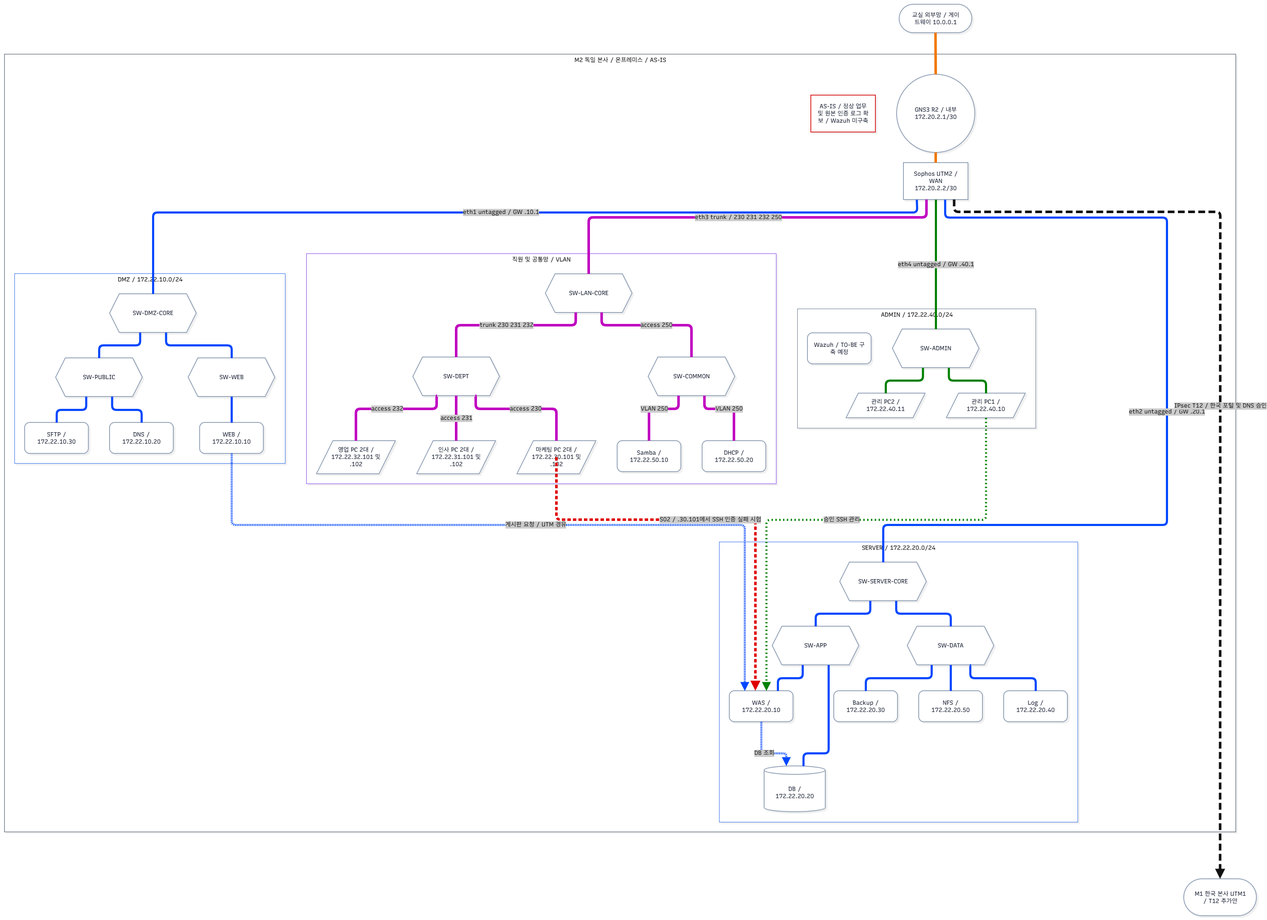
Earlier version of the draw.io export design/토폴로지/M2_독일 본사_AS-IS.drawio.png (infra-security-team/ott-security-project). Source tidied: cells renumbered, new cells last; positions are measured from the earlier drawing's top-left corner, leaving out a move shared by most shapes.
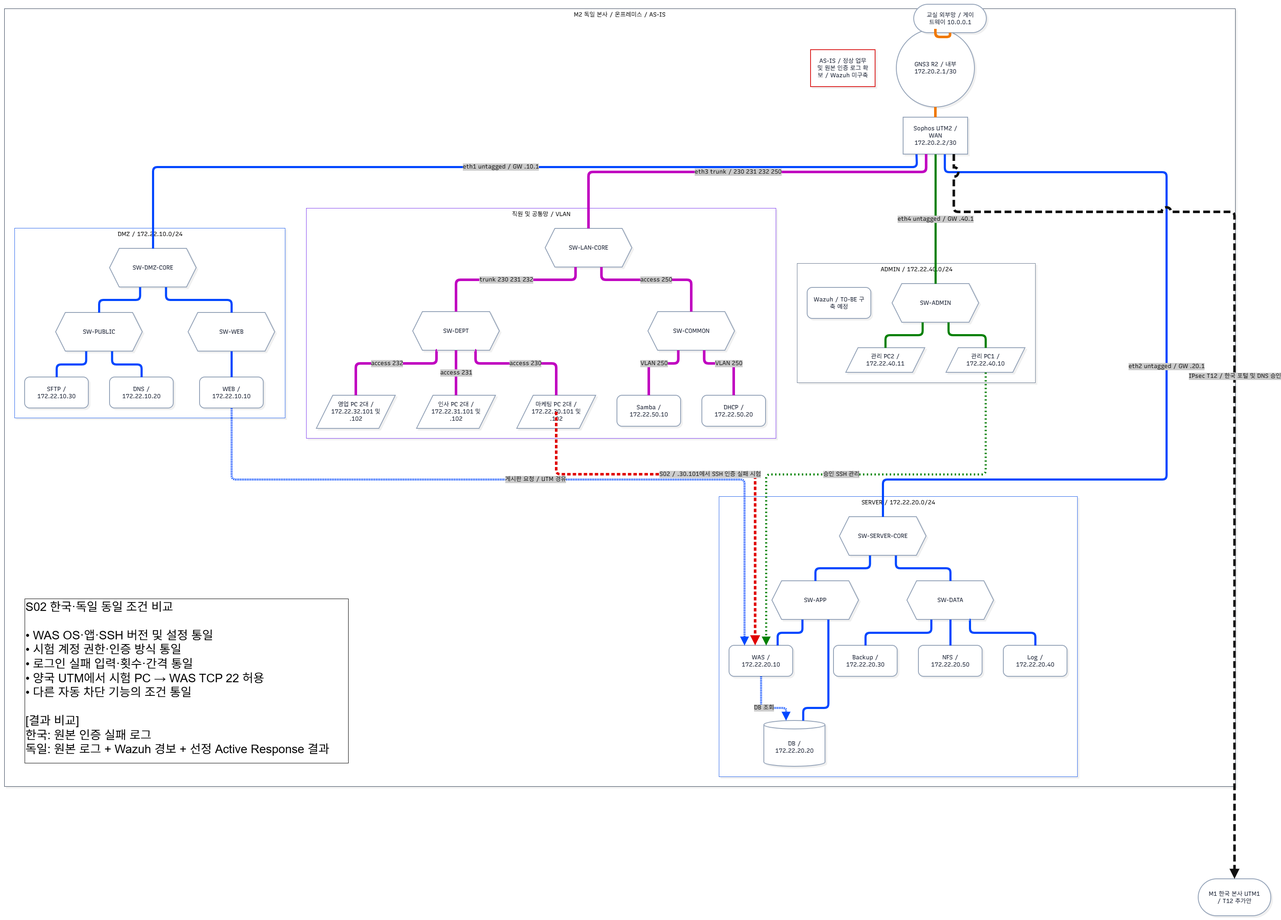
Later version of the same file.

What changed in the source:
```diff
@@ -6,7 +6,7 @@
       <mxGeometry as="geometry" />
     </mxCell>
     <mxCell id="3" value="M2 독일 본사 / 온프레미스 / AS-IS" style="html=1;whiteSpace=nowrap;strokeWidth=1;verticalAlign=top;fillColor=default;strokeColor=#334155;fontColor=#000000;fontFamily=Recursive;fontSize=14;shadow=1;shadowColor=#000000;shadowOffsetX=4;shadowOffsetY=4;shadowBlur=0;shadowOpacity=6;fontSource=https%3A%2F%2Ffonts.googleapis.com%2Fcss%3Ffamily%3DRecursive;" parent="2" vertex="1">
-      <mxGeometry x="30" y="147" width="2899" height="1832" as="geometry" />
+      <mxGeometry x="-5" y="40" width="2899" height="1832" as="geometry" />
     </mxCell>
     <mxCell id="4" value="ADMIN / 172.22.40.0/24" style="html=1;whiteSpace=nowrap;strokeWidth=1;verticalAlign=top;fillColor=default;strokeColor=#64748B;fontColor=#000000;fontFamily=Recursive;fontSize=14;shadow=1;shadowColor=#000000;shadowOffsetX=4;shadowOffsetY=4;shadowBlur=0;shadowOpacity=6;fontSource=https%3A%2F%2Ffonts.googleapis.com%2Fcss%3Ffamily%3DRecursive;" parent="3" vertex="1">
       <mxGeometry x="1867" y="600" width="561" height="281" as="geometry" />
@@ -333,6 +333,9 @@
         </Array>
       </mxGeometry>
     </mxCell>
+    <mxCell id="71" value="&lt;div style=&quot;&quot;&gt;&lt;font style=&quot;font-size: 28px;&quot;&gt;S02 한국·독일 동일 조건 비교&lt;/font&gt;&lt;/div&gt;&lt;div style=&quot;&quot;&gt;&lt;font style=&quot;font-size: 28px;&quot;&gt;&lt;br&gt;&lt;/font&gt;&lt;/div&gt;&lt;div style=&quot;&quot;&gt;&lt;font style=&quot;font-size: 28px;&quot;&gt;• WAS OS·앱·SSH 버전 및 설정 통일&lt;/font&gt;&lt;/div&gt;&lt;div style=&quot;&quot;&gt;&lt;font style=&quot;font-size: 28px;&quot;&gt;• 시험 계정 권한·인증 방식 통일&lt;/font&gt;&lt;/div&gt;&lt;div style=&quot;&quot;&gt;&lt;font style=&quot;font-size: 28px;&quot;&gt;• 로그인 실패 입력·횟수·간격 통일&lt;/font&gt;&lt;/div&gt;&lt;div style=&quot;&quot;&gt;&lt;font style=&quot;font-size: 28px;&quot;&gt;• 양국 UTM에서 시험 PC → WAS TCP 22 허용&lt;/font&gt;&lt;/div&gt;&lt;div style=&quot;&quot;&gt;&lt;font style=&quot;font-size: 28px;&quot;&gt;• 다른 자동 차단 기능의 조건 통일&lt;/font&gt;&lt;/div&gt;&lt;div style=&quot;&quot;&gt;&lt;font style=&quot;font-size: 28px;&quot;&gt;&lt;br&gt;&lt;/font&gt;&lt;/div&gt;&lt;div style=&quot;&quot;&gt;&lt;font style=&quot;font-size: 28px;&quot;&gt;[결과 비교]&lt;/font&gt;&lt;/div&gt;&lt;div style=&quot;&quot;&gt;&lt;font style=&quot;font-size: 28px;&quot;&gt;한국: 원본 인증 실패 로그&lt;/font&gt;&lt;/div&gt;&lt;div style=&quot;&quot;&gt;&lt;font style=&quot;font-size: 28px;&quot;&gt;독일: 원본 로그 + Wazuh 경보&amp;nbsp;&lt;span style=&quot;background-color: transparent; color: light-dark(#000000, var(--ge-light-color, #ffffff));&quot;&gt;+ 선정 Active Response 결과&lt;/span&gt;&lt;/font&gt;&lt;/div&gt;&lt;div style=&quot;&quot;&gt;&lt;br&gt;&lt;/div&gt;" style="rounded=0;whiteSpace=wrap;html=1;align=left;" parent="3" vertex="1">
+      <mxGeometry x="48" y="1390" width="762" height="387" as="geometry" />
+    </mxCell>
     <mxCell id="67" value="교실 외부망 / 게이트웨이 10.0.0.1" style="html=1;rounded=1;whiteSpace=wrap;arcSize=50;strokeWidth=2;fillColor=default;strokeColor=#94A3B8;fontColor=#0F172A;fontFamily=Recursive;fontSize=14;shadow=1;shadowColor=#000000;shadowOffsetX=4;shadowOffsetY=4;shadowBlur=0;shadowOpacity=6;labelWidth=120;fontSource=https%3A%2F%2Ffonts.googleapis.com%2Fcss%3Ffamily%3DRecursive;" parent="2" vertex="1">
       <mxGeometry x="2137" y="30" width="171" height="67" as="geometry" />
     </mxCell>
```
